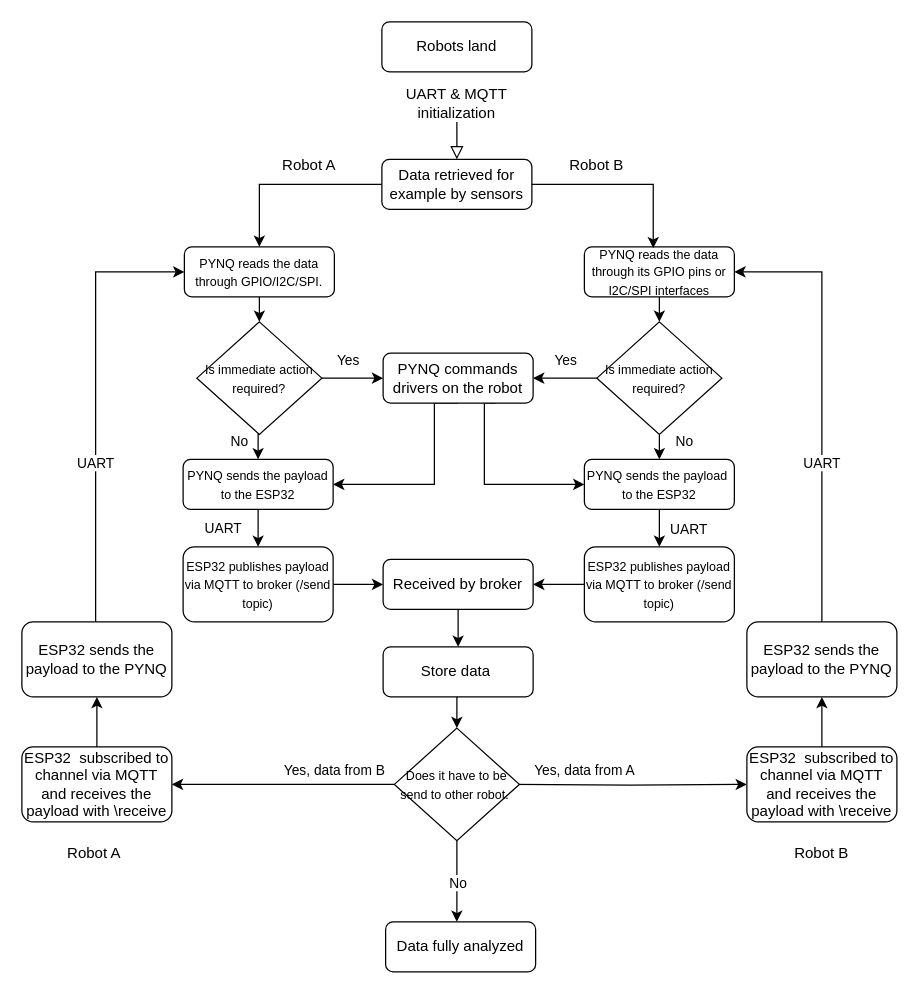
This is page "Page-1" (1 of 2) of Untitled Diagram.drawio from Froukjebooten/Venus-24, a draw.io file, before an edit. Source tidied: cells renumbered, new cells numbered last; positions are measured from the earlier drawing's top-left corner, leaving out a move shared by most shapes. Both pictures are drawn from the tidied source at 125%, with x=0, y=0 at pixel (21, 21).
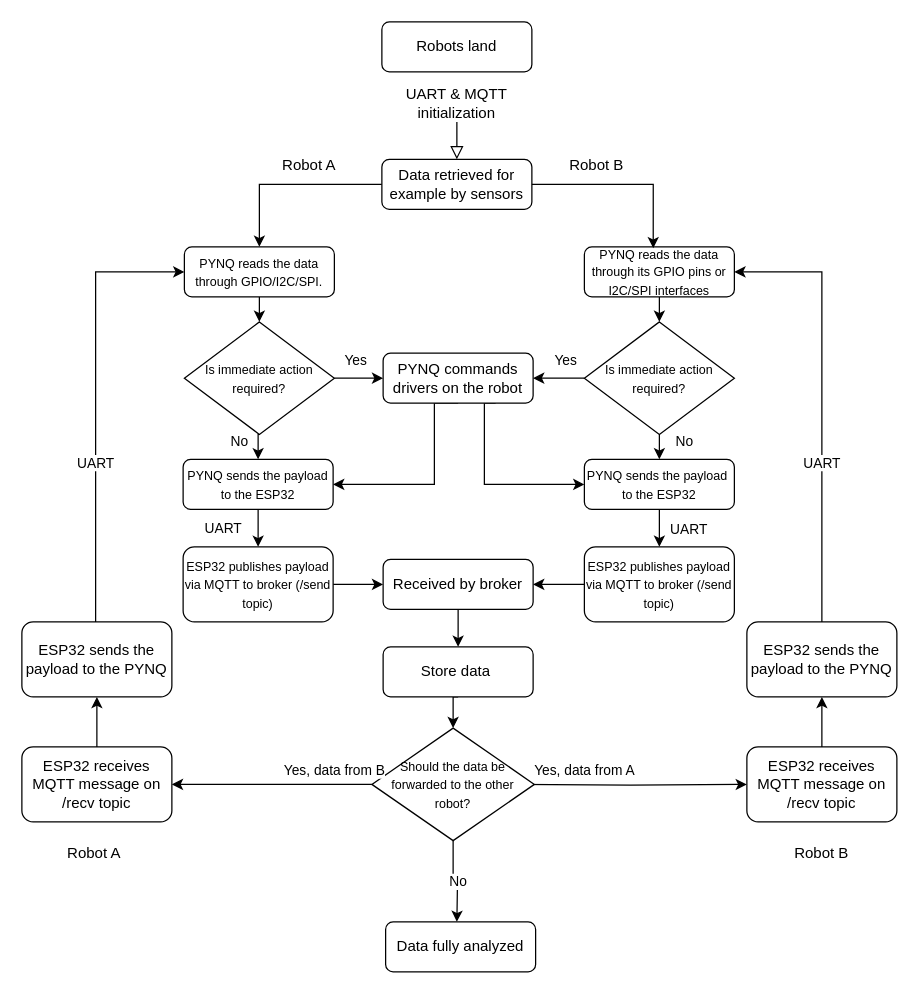
The same diagram, later.

The edit, as a diff of the source:
```diff
@@
-    <mxCell id="10" value="ESP32&amp;nbsp; subscribed to channel via MQTT and receives the payload with \receive" style="rounded=1;whiteSpace=wrap;html=1;fontSize=12;glass=0;strokeWidth=1;shadow=0;" parent="1" vertex="1">
+    <mxCell id="10" value="ESP32 receives MQTT message on /recv topic" style="rounded=1;whiteSpace=wrap;html=1;fontSize=12;glass=0;strokeWidth=1;shadow=0;" parent="1" vertex="1">
       <mxGeometry x="580" y="580" width="120" height="60" as="geometry" />
     </mxCell>
@@
-    <mxCell id="33" value="&lt;font style=&quot;font-size: 10px;&quot;&gt;Does it have to be send to other robot.&amp;nbsp;&lt;/font&gt;" style="rhombus;whiteSpace=wrap;html=1;" parent="1" vertex="1">
-      <mxGeometry x="298" y="565" width="100" height="90" as="geometry" />
+    <mxCell id="33" value="&lt;font style=&quot;font-size: 10px;&quot;&gt;Should the data be forwarded to the other robot?&lt;/font&gt;" style="rhombus;whiteSpace=wrap;html=1;" parent="1" vertex="1">
+      <mxGeometry x="280" y="565" width="130" height="90" as="geometry" />
     </mxCell>
@@
     <mxCell id="45" value="&lt;span style=&quot;font-size: 10px;&quot;&gt;Is immediate action required?&lt;/span&gt;" style="rhombus;whiteSpace=wrap;html=1;" parent="1" vertex="1">
-      <mxGeometry x="140" y="240" width="100" height="90" as="geometry" />
+      <mxGeometry x="130" y="240" width="120" height="90" as="geometry" />
     </mxCell>
@@
     <mxCell id="52" value="&lt;span style=&quot;font-size: 10px;&quot;&gt;Is immediate action required?&lt;/span&gt;" style="rhombus;whiteSpace=wrap;html=1;" parent="1" vertex="1">
-      <mxGeometry x="460" y="240" width="100" height="90" as="geometry" />
+      <mxGeometry x="450" y="240" width="120" height="90" as="geometry" />
     </mxCell>
@@
-    <mxCell id="55" value="ESP32&amp;nbsp; subscribed to channel via MQTT and receives the payload with \receive" style="rounded=1;whiteSpace=wrap;html=1;fontSize=12;glass=0;strokeWidth=1;shadow=0;" parent="1" vertex="1">
+    <mxCell id="55" value="ESP32 receives MQTT message on /recv topic" style="rounded=1;whiteSpace=wrap;html=1;fontSize=12;glass=0;strokeWidth=1;shadow=0;" parent="1" vertex="1">
       <mxGeometry y="580" width="120" height="60" as="geometry" />
     </mxCell>
```
